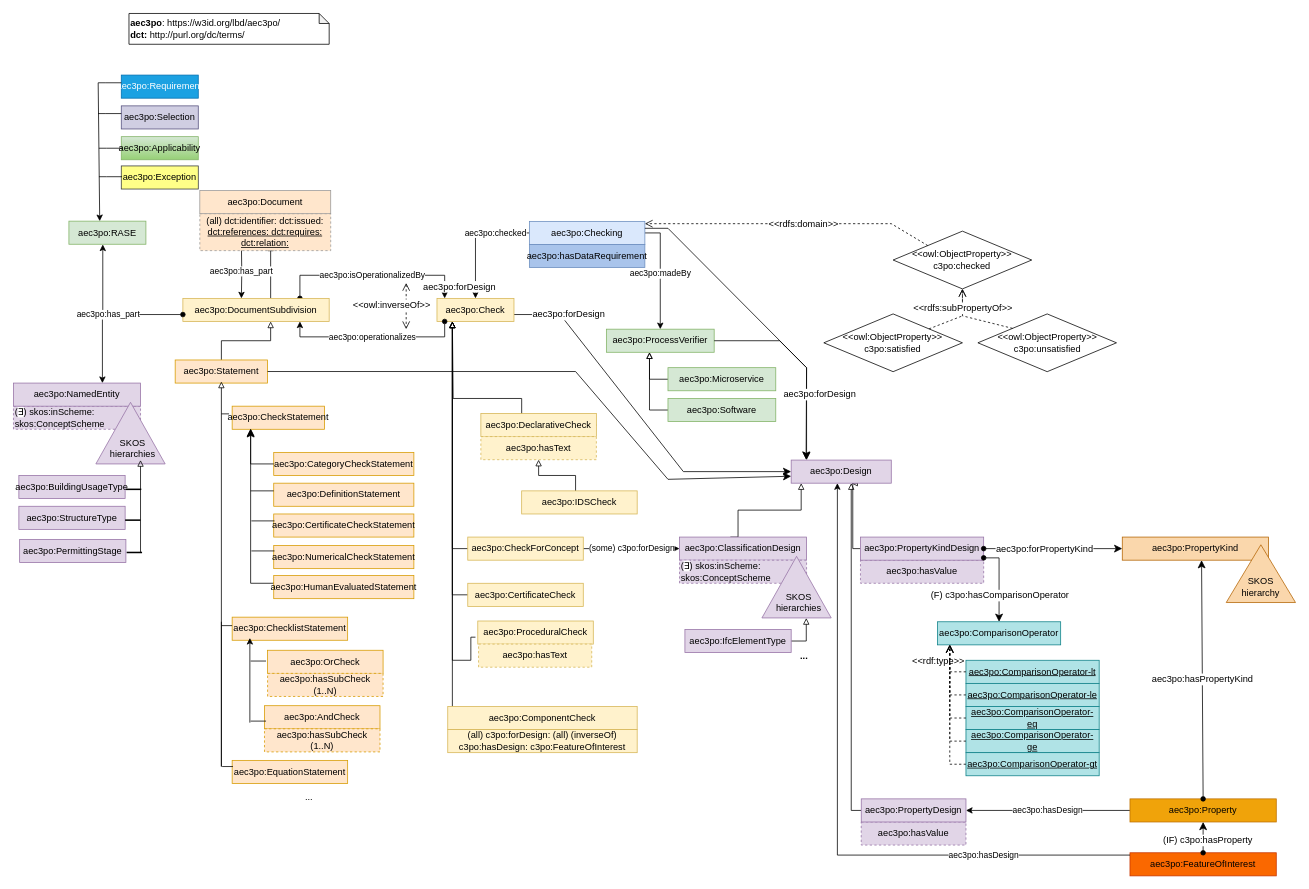
The draw.io diagram page "aec3po_light" (7 of 9) of aec3po.drawio in Accord-Project/aec3po, before the edit. Source tidied: cells renumbered, new cells numbered last; positions are measured from the earlier drawing's top-left corner, leaving out a move shared by most shapes. Both pictures are drawn from the tidied source at 77%, with x=0, y=0 at pixel (13, 13).
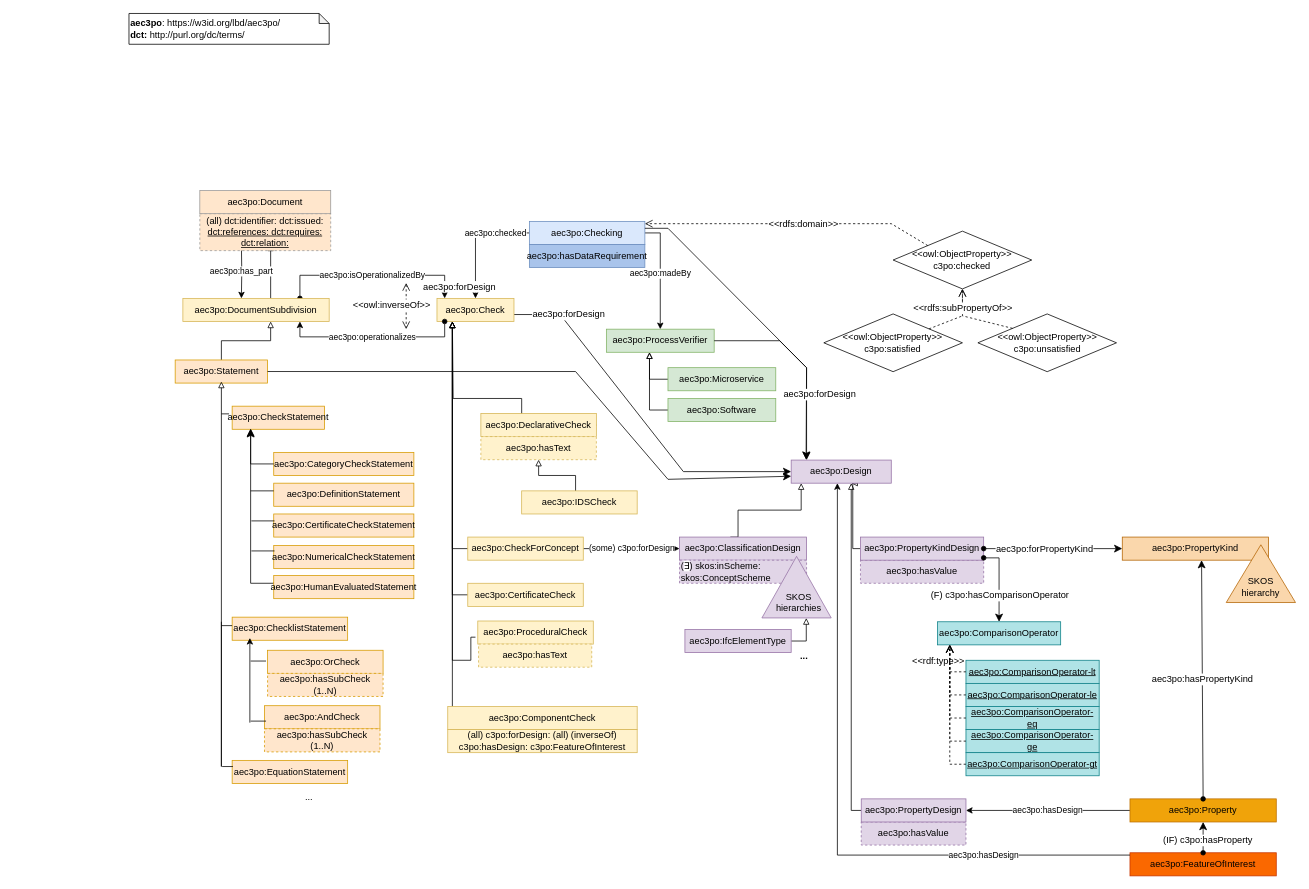
Above is the later version.

Unchanged cells that the change refers to:
```xml
<mxCell id="92" value="aec3po:DocumentSubdivision" style="rounded=0;whiteSpace=wrap;html=1;snapToPoint=1;points=[[0.1,0],[0.2,0],[0.3,0],[0.4,0],[0.5,0],[0.6,0],[0.7,0],[0.8,0],[0.9,0],[0,0.1],[0,0.3],[0,0.5],[0,0.7],[0,0.9],[0.1,1],[0.2,1],[0.3,1],[0.4,1],[0.5,1],[0.6,1],[0.7,1],[0.8,1],[0.9,1],[1,0.1],[1,0.3],[1,0.5],[1,0.7],[1,0.9]];fillColor=#fff2cc;strokeColor=#d6b656;" parent="1" vertex="1">
  <mxGeometry x="220" y="370" width="190" height="30" as="geometry" />
</mxCell>
```

Change to the diagram source:
```diff
@@
-    <mxCell id="97" value="(&lt;span style=&quot;background-color: rgb(255, 255, 255);&quot;&gt;∃&lt;/span&gt;) skos:inScheme: skos:ConceptScheme" style="rounded=0;whiteSpace=wrap;html=1;dashed=1;align=left;fillColor=#e1d5e7;strokeColor=#9673a6;" parent="1" vertex="1">
-      <mxGeometry y="510" width="165" height="30" as="geometry" />
-    </mxCell>
-    <mxCell id="98" value="aec3po:NamedEntity" style="rounded=0;whiteSpace=wrap;html=1;snapToPoint=1;points=[[0.1,0],[0.2,0],[0.3,0],[0.4,0],[0.5,0],[0.6,0],[0.7,0],[0.8,0],[0.9,0],[0,0.1],[0,0.3],[0,0.5],[0,0.7],[0,0.9],[0.1,1],[0.2,1],[0.3,1],[0.4,1],[0.5,1],[0.6,1],[0.7,1],[0.8,1],[0.9,1],[1,0.1],[1,0.3],[1,0.5],[1,0.7],[1,0.9]];fillColor=#e1d5e7;strokeColor=#9673a6;" parent="1" vertex="1">
-      <mxGeometry y="480" width="165" height="30" as="geometry" />
-    </mxCell>
-    <mxCell id="99" style="triangle;whiteSpace=wrap;html=1;rotation=-90;fillColor=#e1d5e7;strokeColor=#9673a6;" parent="1" vertex="1">
-      <mxGeometry x="112" y="500" width="80" height="90" as="geometry" />
-    </mxCell>
-    <mxCell id="100" value="SKOS hierarchies" style="text;html=1;align=center;verticalAlign=middle;whiteSpace=wrap;rounded=0;strokeColor=none;" parent="1" vertex="1">
-      <mxGeometry x="125" y="550" width="60" height="30" as="geometry" />
-    </mxCell>
-    <mxCell id="101" value="aec3po:BuildingUsageType" style="rounded=0;whiteSpace=wrap;html=1;fillColor=#e1d5e7;strokeColor=#9673a6;" parent="1" vertex="1">
-      <mxGeometry x="7" y="600" width="138" height="30" as="geometry" />
-    </mxCell>
-    <mxCell id="102" value="aec3po:StructureType" style="rounded=0;whiteSpace=wrap;html=1;fillColor=#e1d5e7;strokeColor=#9673a6;" parent="1" vertex="1">
-      <mxGeometry x="7" y="640" width="138" height="30" as="geometry" />
-    </mxCell>
-    <mxCell id="103" value="aec3po:has_part" style="edgeStyle=orthogonalEdgeStyle;rounded=0;jettySize=auto;html=1;startArrow=oval;startFill=1;exitX=0;exitY=0.7;exitDx=0;exitDy=0;entryX=0.7;entryY=0;entryDx=0;entryDy=0;" parent="1" edge="1" source="92" target="98">
-      <mxGeometry relative="1" as="geometry" />
-    </mxCell>
@@
-    <mxCell id="114" value="aec3po:RASE" style="rounded=0;whiteSpace=wrap;html=1;snapToPoint=1;points=[[0.1,0],[0.2,0],[0.3,0],[0.4,0],[0.5,0],[0.6,0],[0.7,0],[0.8,0],[0.9,0],[0,0.1],[0,0.3],[0,0.5],[0,0.7],[0,0.9],[0.1,1],[0.2,1],[0.3,1],[0.4,1],[0.5,1],[0.6,1],[0.7,1],[0.8,1],[0.9,1],[1,0.1],[1,0.3],[1,0.5],[1,0.7],[1,0.9]];fillColor=#d5e8d4;strokeColor=#82b366;" parent="1" vertex="1">
-      <mxGeometry x="72" y="269.7" width="100" height="30" as="geometry" />
-    </mxCell>
-    <mxCell id="115" value="aec3po:Requirement" style="rounded=0;whiteSpace=wrap;html=1;fillColor=#1ba1e2;strokeColor=#006EAF;fontColor=#ffffff;" parent="1" vertex="1">
-      <mxGeometry x="140" y="80" width="100" height="30" as="geometry" />
-    </mxCell>
-    <mxCell id="116" value="aec3po:Selection" style="rounded=0;whiteSpace=wrap;html=1;fillColor=#d0cee2;strokeColor=#56517e;" parent="1" vertex="1">
-      <mxGeometry x="140" y="120" width="100" height="30" as="geometry" />
-    </mxCell>
-    <mxCell id="117" value="aec3po:Applicability" style="rounded=0;whiteSpace=wrap;html=1;fillColor=#d5e8d4;strokeColor=#82b366;gradientColor=#97d077;" parent="1" vertex="1">
-      <mxGeometry x="140" y="160" width="100" height="30" as="geometry" />
-    </mxCell>
-    <mxCell id="118" value="aec3po:Exception" style="rounded=0;whiteSpace=wrap;html=1;fillColor=#ffff88;strokeColor=#36393d;" parent="1" vertex="1">
-      <mxGeometry x="140" y="198" width="100" height="30" as="geometry" />
-    </mxCell>
-    <mxCell id="119" style="endArrow=classic;html=1;rounded=0;entryX=0.4;entryY=0;entryDx=0;entryDy=0;" parent="1" edge="1" target="114">
-      <mxGeometry relative="1" as="geometry">
-        <mxPoint x="110" y="90" as="sourcePoint" />
-      </mxGeometry>
-    </mxCell>
-    <mxCell id="120" style="endArrow=none;html=1;rounded=0;" parent="1" edge="1">
-      <mxGeometry relative="1" as="geometry">
-        <mxPoint x="110" y="130" as="sourcePoint" />
-        <mxPoint x="140" y="130" as="targetPoint" />
-        <Array as="points">
-          <mxPoint x="120" y="130" />
-        </Array>
-      </mxGeometry>
-    </mxCell>
-    <mxCell id="121" style="endArrow=classic;html=1;rounded=0;" parent="1" edge="1">
-      <mxGeometry relative="1" as="geometry">
-        <mxPoint x="116" y="385" as="sourcePoint" />
-        <mxPoint x="116" y="300" as="targetPoint" />
-      </mxGeometry>
-    </mxCell>
-    <mxCell id="122" style="endArrow=none;html=1;rounded=0;" parent="1" edge="1">
-      <mxGeometry relative="1" as="geometry">
-        <mxPoint x="110" y="90" as="sourcePoint" />
-        <mxPoint x="140" y="90" as="targetPoint" />
-        <Array as="points">
-          <mxPoint x="120" y="90" />
-        </Array>
-      </mxGeometry>
-    </mxCell>
-    <mxCell id="123" style="endArrow=none;html=1;rounded=0;" parent="1" edge="1">
-      <mxGeometry relative="1" as="geometry">
-        <mxPoint x="111" y="175" as="sourcePoint" />
-        <mxPoint x="141" y="175" as="targetPoint" />
-        <Array as="points">
-          <mxPoint x="121" y="175" />
-        </Array>
-      </mxGeometry>
-    </mxCell>
-    <mxCell id="124" style="endArrow=none;html=1;rounded=0;" parent="1" edge="1">
-      <mxGeometry relative="1" as="geometry">
-        <mxPoint x="111" y="212" as="sourcePoint" />
-        <mxPoint x="141" y="212" as="targetPoint" />
-        <Array as="points">
-          <mxPoint x="121" y="212" />
-        </Array>
-      </mxGeometry>
-    </mxCell>
-    <mxCell id="125" value="aec3po:PermittingStage" style="rounded=0;whiteSpace=wrap;html=1;fillColor=#e1d5e7;strokeColor=#9673a6;" parent="1" vertex="1">
-      <mxGeometry x="8" y="683" width="138" height="30" as="geometry" />
-    </mxCell>
-    <mxCell id="126" style="edgeStyle=orthogonalEdgeStyle;rounded=0;jettySize=auto;html=1;exitX=0.75;exitY=0.5;exitDx=0;exitDy=0;startArrow=none;startFill=0;endArrow=block;endFill=0;exitPerimeter=0;" parent="1" edge="1" source="128">
-      <mxGeometry relative="1" as="geometry">
-        <mxPoint x="165" y="580" as="targetPoint" />
-        <Array as="points">
-          <mxPoint x="165" y="700" />
-        </Array>
-      </mxGeometry>
-    </mxCell>
-    <mxCell id="127" style="line;strokeWidth=2;html=1;" parent="1" vertex="1">
-      <mxGeometry x="146" y="613" width="20" height="10" as="geometry" />
-    </mxCell>
-    <mxCell id="128" style="line;strokeWidth=2;html=1;" parent="1" vertex="1">
-      <mxGeometry x="147" y="695" width="20" height="10" as="geometry" />
-    </mxCell>
-    <mxCell id="129" style="line;strokeWidth=2;html=1;" parent="1" vertex="1">
-      <mxGeometry x="145" y="653" width="20" height="10" as="geometry" />
-    </mxCell>
```
